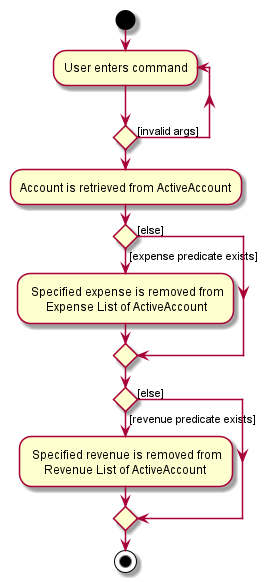
Before: docs/images/DeleteActivityDiagram.png, a diagram exported from PlantUML (nus-cs2103-AY2021S1/tp).
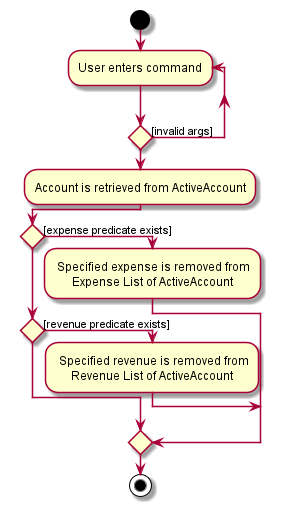
Above is the later version.

Change to the diagram source:
```diff
@@ -1,5 +1,5 @@
 @startuml
-
+!pragma useVerticalIf on
 start
 repeat :User enters command;
 repeat  while () is ([invalid args])
@@ -7,12 +7,9 @@
 if () then ([expense predicate exists])
 : Specified expense is removed from
       Expense List of ActiveAccount;
-else ([else]);
-endif
-if () then ([revenue predicate exists])
+else if () then ([revenue predicate exists])
 : Specified revenue is removed from
      Revenue List of ActiveAccount;
-else ([else]);
 endif
 stop
 @enduml
```
